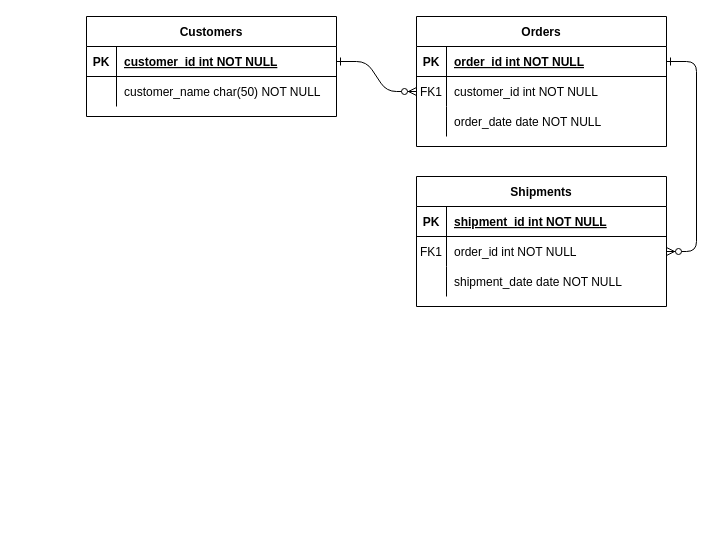
Above: Untitled Diagram.drawio in yusufcodes/shift-management (draw.io), before the change. Source tidied: cells renumbered, new cells numbered last; positions are measured from the earlier drawing's top-left corner, leaving out a move shared by most shapes. Both pictures are drawn from the tidied source at 100%, with x=0, y=0 at pixel (86, 16).
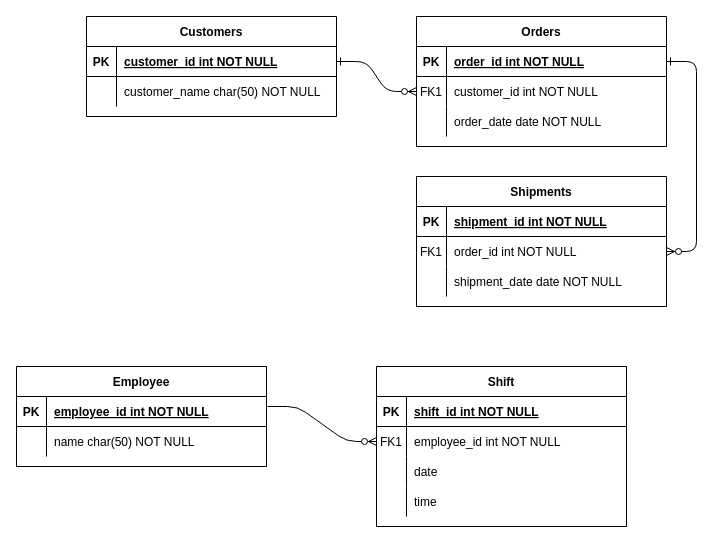
The same diagram, later.

Change to the diagram source:
```diff
@@
+    <mxCell id="31" value="Employee" style="shape=table;startSize=30;childLayout=tableLayout;rowLines=0;fontStyle=1;align=center;" parent="1" vertex="1">
+      <mxGeometry x="-70" y="350" width="250" height="100" as="geometry" />
+    </mxCell>
+    <mxCell id="32" style="shape=partialRectangle;fillColor=none;top=0;left=0;right=0;bottom=1;" parent="31" vertex="1">
+      <mxGeometry y="30" width="250" height="30" as="geometry" />
+    </mxCell>
+    <mxCell id="33" value="PK" style="shape=partialRectangle;overflow=hidden;fillColor=none;top=0;left=0;bottom=0;right=0;fontStyle=1;" parent="32" vertex="1">
+      <mxGeometry width="30" height="30" as="geometry" />
+    </mxCell>
+    <mxCell id="34" value="employee_id int NOT NULL " style="shape=partialRectangle;overflow=hidden;fillColor=none;top=0;left=0;bottom=0;right=0;align=left;spacingLeft=6;fontStyle=5;" parent="32" vertex="1">
+      <mxGeometry x="30" width="220" height="30" as="geometry" />
+    </mxCell>
+    <mxCell id="35" style="shape=partialRectangle;fillColor=none;top=0;left=0;right=0;bottom=0;" parent="31" vertex="1">
+      <mxGeometry y="60" width="250" height="30" as="geometry" />
+    </mxCell>
+    <mxCell id="36" style="shape=partialRectangle;overflow=hidden;fillColor=none;top=0;left=0;bottom=0;right=0;" parent="35" vertex="1">
+      <mxGeometry width="30" height="30" as="geometry" />
+    </mxCell>
+    <mxCell id="37" value="name char(50) NOT NULL" style="shape=partialRectangle;overflow=hidden;fillColor=none;top=0;left=0;bottom=0;right=0;align=left;spacingLeft=6;" parent="35" vertex="1">
+      <mxGeometry x="30" width="220" height="30" as="geometry" />
+    </mxCell>
+    <mxCell id="38" value="Shift" style="shape=table;startSize=30;childLayout=tableLayout;rowLines=0;fontStyle=1;align=center;" parent="1" vertex="1">
+      <mxGeometry x="290" y="350" width="250" height="160" as="geometry" />
+    </mxCell>
+    <mxCell id="39" style="shape=partialRectangle;fillColor=none;top=0;left=0;right=0;bottom=1;" parent="38" vertex="1">
+      <mxGeometry y="30" width="250" height="30" as="geometry" />
+    </mxCell>
+    <mxCell id="40" value="PK" style="shape=partialRectangle;overflow=hidden;fillColor=none;top=0;left=0;bottom=0;right=0;fontStyle=1;" parent="39" vertex="1">
+      <mxGeometry width="30" height="30" as="geometry" />
+    </mxCell>
+    <mxCell id="41" value="shift_id int NOT NULL " style="shape=partialRectangle;overflow=hidden;fillColor=none;top=0;left=0;bottom=0;right=0;align=left;spacingLeft=6;fontStyle=5;" parent="39" vertex="1">
+      <mxGeometry x="30" width="220" height="30" as="geometry" />
+    </mxCell>
+    <mxCell id="42" style="shape=partialRectangle;fillColor=none;points=[[0,0.5],[1,0.5]];portConstraint=eastwest;top=0;left=0;right=0;bottom=0;" parent="38" vertex="1">
+      <mxGeometry y="60" width="250" height="30" as="geometry" />
+    </mxCell>
+    <mxCell id="43" value="FK1" style="shape=partialRectangle;overflow=hidden;fillColor=none;top=0;left=0;bottom=0;right=0;" parent="42" vertex="1">
+      <mxGeometry width="30" height="30" as="geometry" />
+    </mxCell>
+    <mxCell id="44" value="employee_id int NOT NULL" style="shape=partialRectangle;overflow=hidden;fillColor=none;top=0;left=0;bottom=0;right=0;align=left;spacingLeft=6;" parent="42" vertex="1">
+      <mxGeometry x="30" width="220" height="30" as="geometry" />
+    </mxCell>
+    <mxCell id="45" style="shape=partialRectangle;fillColor=none;top=0;left=0;right=0;bottom=0;" parent="38" vertex="1">
+      <mxGeometry y="90" width="250" height="30" as="geometry" />
+    </mxCell>
+    <mxCell id="46" style="shape=partialRectangle;overflow=hidden;fillColor=none;top=0;left=0;bottom=0;right=0;" parent="45" vertex="1">
+      <mxGeometry width="30" height="30" as="geometry" />
+    </mxCell>
+    <mxCell id="47" value="date" style="shape=partialRectangle;overflow=hidden;fillColor=none;top=0;left=0;bottom=0;right=0;align=left;spacingLeft=6;" parent="45" vertex="1">
+      <mxGeometry x="30" width="220" height="30" as="geometry" />
+    </mxCell>
+    <mxCell id="48" style="shape=partialRectangle;fillColor=none;top=0;left=0;right=0;bottom=0;" parent="38" vertex="1">
+      <mxGeometry y="120" width="250" height="30" as="geometry" />
+    </mxCell>
+    <mxCell id="49" style="shape=partialRectangle;overflow=hidden;fillColor=none;top=0;left=0;bottom=0;right=0;" parent="48" vertex="1">
+      <mxGeometry width="30" height="30" as="geometry" />
+    </mxCell>
+    <mxCell id="50" value="time" style="shape=partialRectangle;overflow=hidden;fillColor=none;top=0;left=0;bottom=0;right=0;align=left;spacingLeft=6;" parent="48" vertex="1">
+      <mxGeometry x="30" width="220" height="30" as="geometry" />
+    </mxCell>
+    <mxCell id="51" style="edgeStyle=entityRelationEdgeStyle;fontSize=12;html=1;endArrow=ERzeroToMany;endFill=1;entryX=0;entryY=0.5;entryDx=0;entryDy=0;" parent="1" edge="1" target="42">
+      <mxGeometry relative="1" as="geometry">
+        <mxPoint x="181" y="390" as="sourcePoint" />
+      </mxGeometry>
+    </mxCell>
```
